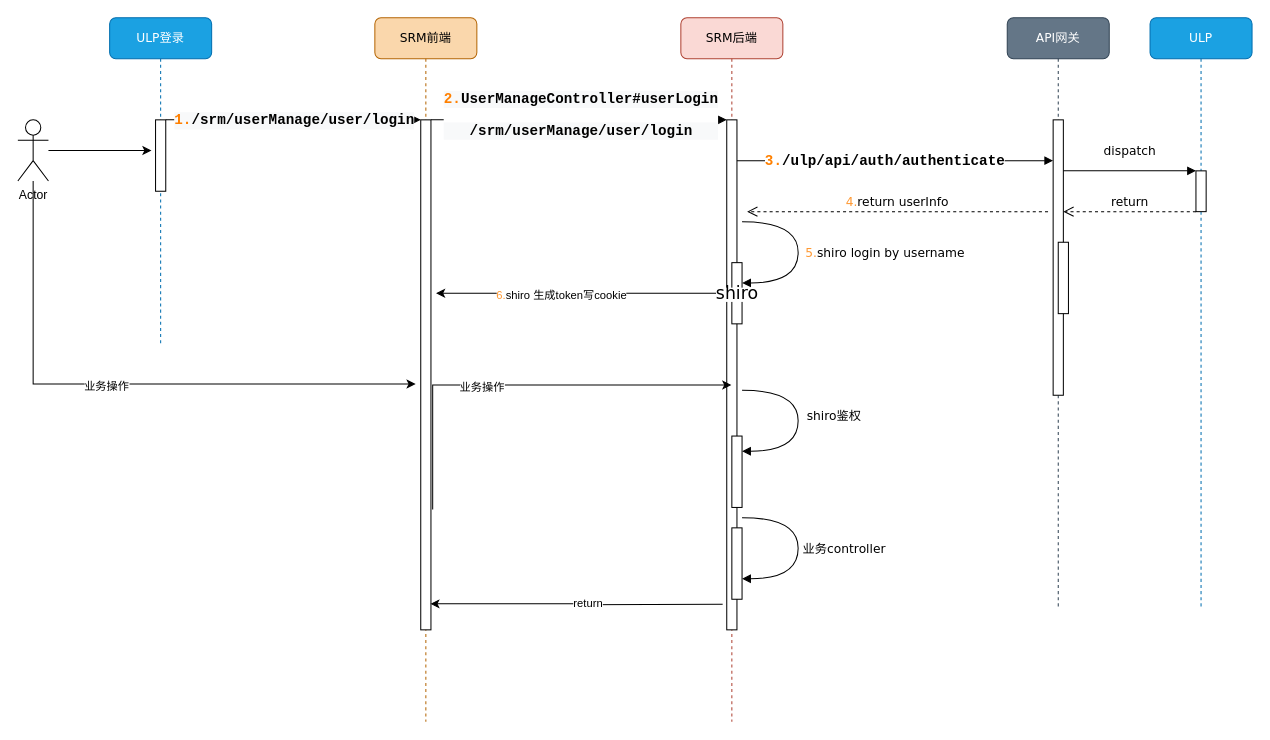
Above: shein/Untitled Diagram.drawio in 948849440/drawio-disk (draw.io), before the change. Source tidied: cells renumbered, new cells numbered last; positions are measured from the earlier drawing's top-left corner, leaving out a move shared by most shapes. Both pictures are drawn from the tidied source at 102%, with x=0, y=0 at pixel (17, 17).
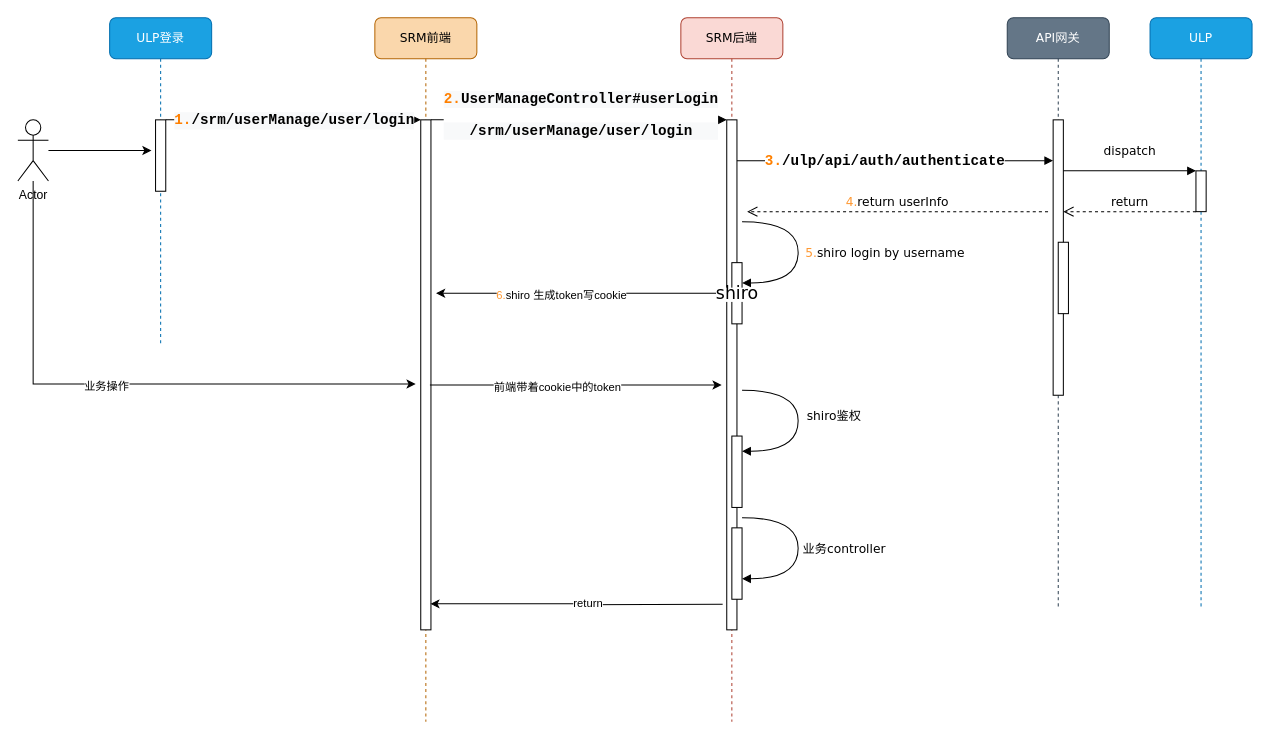
The same diagram, later.

Unchanged cells that the change refers to:
```xml
<mxCell id="3" style="html=1;points=[];perimeter=orthogonalPerimeter;rounded=0;shadow=0;comic=0;labelBackgroundColor=none;strokeWidth=1;fontFamily=Verdana;fontSize=12;align=center;" parent="2" vertex="1">
  <mxGeometry x="45" y="100" width="10" height="500" as="geometry" />
</mxCell>
<mxCell id="4" value="SRM后端" style="shape=umlLifeline;perimeter=lifelinePerimeter;whiteSpace=wrap;html=1;outlineConnect=0;rounded=1;shadow=0;comic=0;labelBackgroundColor=none;strokeWidth=1;fontFamily=Verdana;fontSize=12;align=center;fillColor=#fad9d5;strokeColor=#ae4132;" parent="1" vertex="1">
  <mxGeometry x="650" width="100" height="690" as="geometry" />
</mxCell>
```

The edit, as a diff of the source:
```diff
@@
-    <mxCell id="32" style="edgeStyle=orthogonalEdgeStyle;rounded=0;jettySize=auto;html=1;exitX=1.171;exitY=0.764;exitDx=0;exitDy=0;exitPerimeter=0;" parent="1" edge="1" source="3" target="4">
+    <mxCell id="32" style="edgeStyle=orthogonalEdgeStyle;rounded=0;orthogonalLoop=1;jettySize=auto;html=1;" parent="1" edge="1">
       <mxGeometry relative="1" as="geometry">
+        <mxPoint x="420" y="360" as="sourcePoint" />
+        <mxPoint x="690" y="360" as="targetPoint" />
         <Array as="points">
-          <mxPoint x="610" y="360" />
-          <mxPoint x="610" y="360" />
+          <mxPoint x="404" y="360" />
         </Array>
       </mxGeometry>
     </mxCell>
-    <mxCell id="33" value="业务操作" style="edgeLabel;html=1;align=center;verticalAlign=middle;" parent="32" vertex="1">
+    <mxCell id="33" value="前端带着cookie中的token" style="edgeLabel;html=1;align=center;verticalAlign=middle;" parent="32" vertex="1">
       <mxGeometry x="0.25" y="-1" relative="1" as="geometry">
-        <mxPoint x="-89" as="offset" />
+        <mxPoint x="-49" as="offset" />
       </mxGeometry>
     </mxCell>
```
